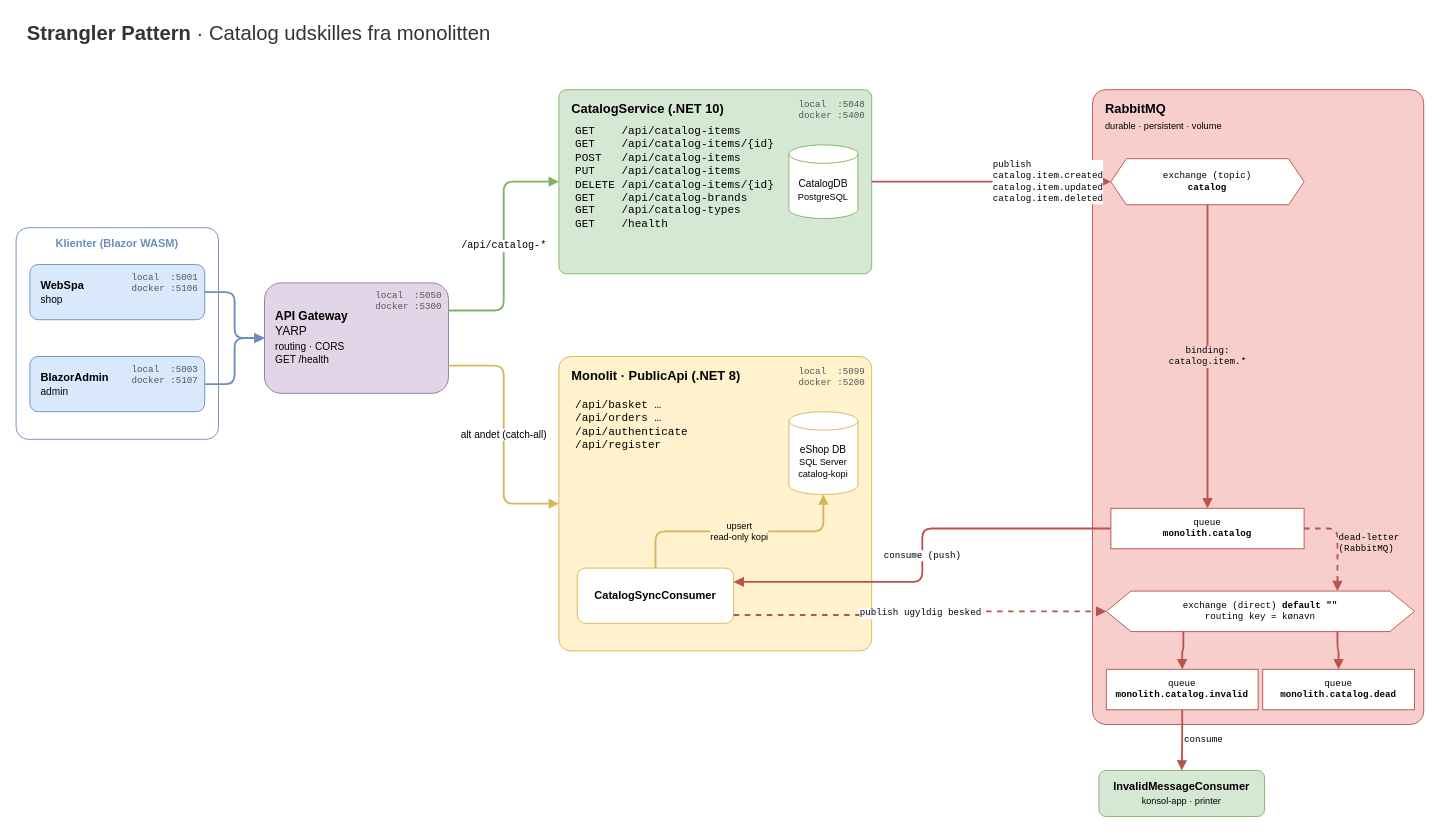
This is docs/architecture.drawio from RasmusRosengaard/eShopWebHeadless, a draw.io file, before an edit. Source tidied: cells renumbered, new cells numbered last; positions are measured from the earlier drawing's top-left corner, leaving out a move shared by most shapes. Both pictures are drawn from the tidied source at 92%, with x=0, y=0 at pixel (16, 16).
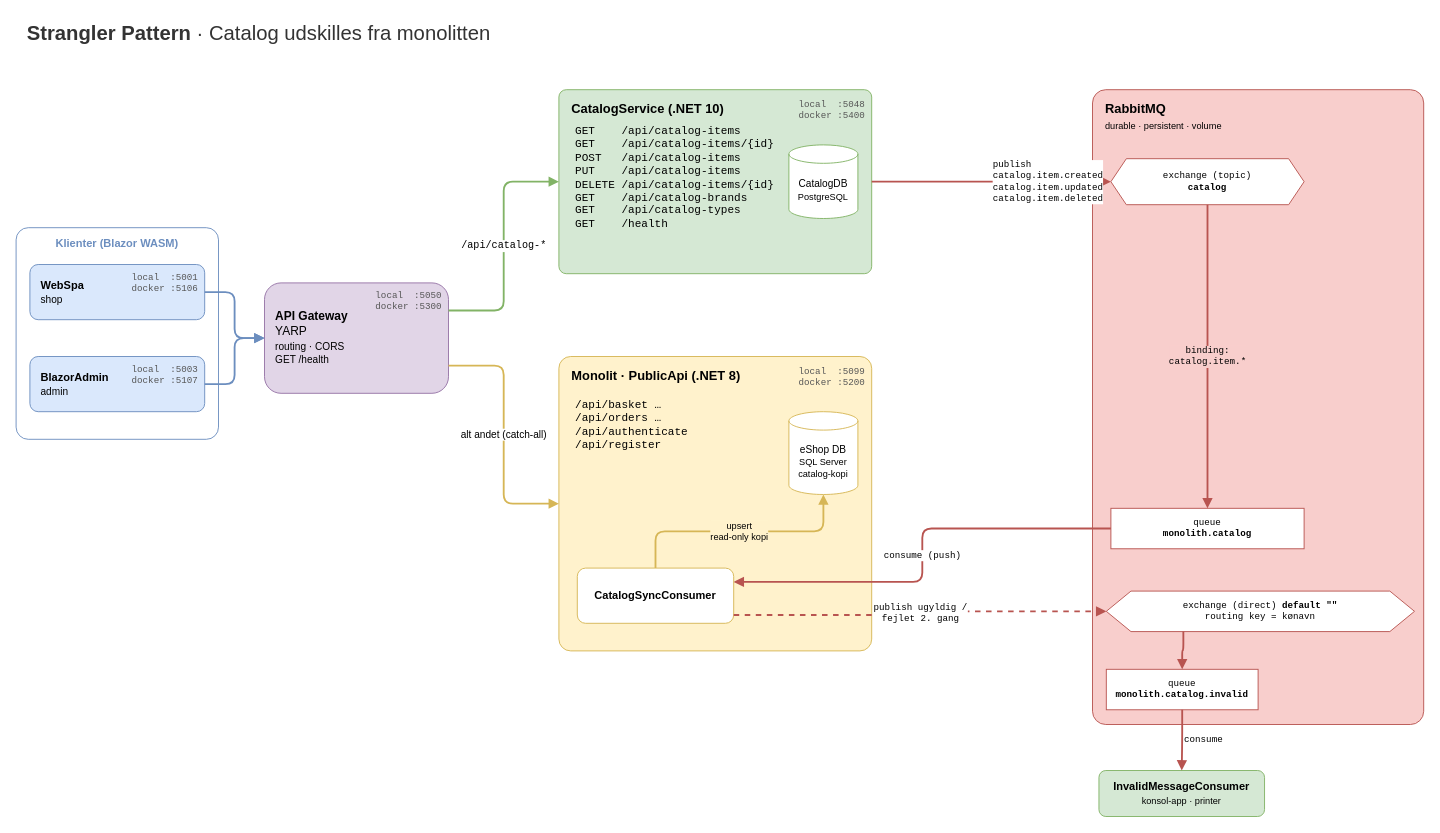
The same page after the edit.

Commit message (it also covers changes not shown here):
Fejl under behandling flyttes til invalid-køen efter én retry; Dead Letter fjernet fra kode, docs og diagrammer

Unchanged cells that the change refers to:
```xml
<mxCell id="13" value="&lt;b&gt;CatalogSyncConsumer&lt;/b&gt;" style="rounded=1;whiteSpace=wrap;html=1;fillColor=#ffffff;strokeColor=#d6b656;fontSize=12;" parent="1" vertex="1">
  <mxGeometry x="610" y="600" width="170" height="60" as="geometry" />
</mxCell>
<mxCell id="16" value="queue&lt;br&gt;&lt;b&gt;monolith.catalog&lt;/b&gt;" style="rounded=0;whiteSpace=wrap;html=1;fillColor=#ffffff;strokeColor=#b85450;strokeWidth=1;fontFamily=Courier New;fontSize=10;" parent="1" vertex="1">
  <mxGeometry x="1190" y="535" width="210" height="44" as="geometry" />
</mxCell>
<mxCell id="17" value="exchange (direct) &lt;b&gt;default &amp;quot;&amp;quot;&lt;/b&gt;&lt;br&gt;routing key = kønavn" style="shape=hexagon;perimeter=hexagonPerimeter2;size=0.08;whiteSpace=wrap;html=1;fillColor=#ffffff;strokeColor=#b85450;strokeWidth=1;fontFamily=Courier New;fontSize=10;" parent="1" vertex="1">
  <mxGeometry x="1185" y="625" width="335" height="44" as="geometry" />
</mxCell>
```

What changed in the source:
```diff
@@
-    <mxCell id="27" value="publish ugyldig besked" style="edgeStyle=orthogonalEdgeStyle;rounded=1;html=1;endArrow=block;endFill=1;strokeColor=#b85450;strokeWidth=2;dashed=1;exitX=1;exitY=0.85;exitDx=0;exitDy=0;entryX=0;entryY=0.5;entryDx=0;entryDy=0;fontSize=10;fontFamily=Courier New;labelBackgroundColor=#ffffff;" parent="1" edge="1" source="13" target="17">
+    <mxCell id="27" value="publish ugyldig /&lt;br&gt;fejlet 2. gang" style="edgeStyle=orthogonalEdgeStyle;rounded=1;html=1;endArrow=block;endFill=1;strokeColor=#b85450;strokeWidth=2;dashed=1;exitX=1;exitY=0.85;exitDx=0;exitDy=0;entryX=0;entryY=0.5;entryDx=0;entryDy=0;fontSize=10;fontFamily=Courier New;labelBackgroundColor=#ffffff;" parent="1" edge="1" source="13" target="17">
       <mxGeometry relative="1" as="geometry" />
     </mxCell>
@@
-    <mxCell id="34" value="queue&lt;br&gt;&lt;b&gt;monolith.catalog.dead&lt;/b&gt;" style="rounded=0;whiteSpace=wrap;html=1;fillColor=#ffffff;strokeColor=#b85450;strokeWidth=1;fontFamily=Courier New;fontSize=10;" parent="1" vertex="1">
-      <mxGeometry x="1355" y="710" width="165" height="44" as="geometry" />
-    </mxCell>
-    <mxCell id="35" style="edgeStyle=orthogonalEdgeStyle;rounded=1;html=1;endArrow=block;endFill=1;strokeColor=#b85450;strokeWidth=2;fontSize=10;fontFamily=Courier New;exitX=0.75;exitY=1;exitDx=0;exitDy=0;entryX=0.5;entryY=0;entryDx=0;entryDy=0;labelBackgroundColor=#f8cecc;" parent="1" edge="1" source="17" target="34">
-      <mxGeometry relative="1" as="geometry" />
-    </mxCell>
-    <mxCell id="36" value="dead-letter&lt;br&gt;(RabbitMQ)" style="edgeStyle=orthogonalEdgeStyle;rounded=1;html=1;endArrow=block;endFill=1;strokeColor=#b85450;strokeWidth=2;dashed=1;exitX=1;exitY=0.5;exitDx=0;exitDy=0;entryX=0.75;entryY=0;entryDx=0;entryDy=0;fontSize=10;fontFamily=Courier New;labelBackgroundColor=#f8cecc;align=left;" parent="1" edge="1" source="16" target="17">
-      <mxGeometry relative="1" as="geometry" />
-    </mxCell>
```
